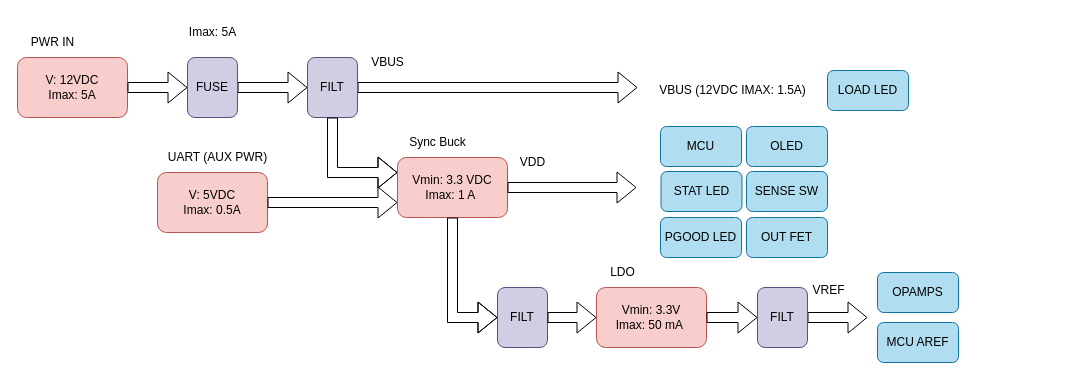
cSDes1gn/ucl keeps this draw.io diagram as docs/ddd/power.drawio. Above is the earlier version. Source tidied: cells renumbered, new cells numbered last; positions are measured from the earlier drawing's top-left corner, leaving out a move shared by most shapes. Both pictures are drawn from the tidied source at 100%, with x=0, y=0 at pixel (17, 17).
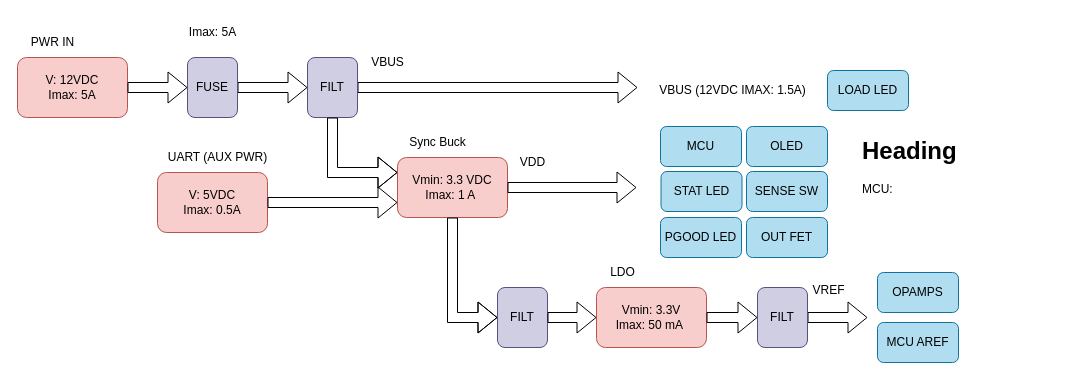
After the change.

Change to the diagram source:
```diff
@@
+    <mxCell id="38" value="&lt;h1&gt;Heading&lt;/h1&gt;&lt;p&gt;MCU:&amp;nbsp;&lt;/p&gt;" style="text;html=1;strokeColor=none;fillColor=none;spacing=5;spacingTop=-20;whiteSpace=wrap;overflow=hidden;rounded=0;" parent="1" vertex="1">
+      <mxGeometry x="840" y="114" width="190" height="120" as="geometry" />
+    </mxCell>
```
